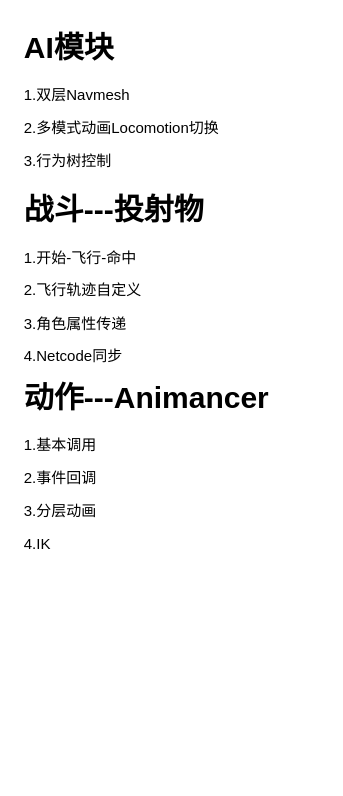
The draw.io diagram SG_ToDo.drawio in AIRYEAH/DrawIO, before the edit. Source tidied: cells renumbered, new cells numbered last; positions are measured from the earlier drawing's top-left corner, leaving out a move shared by most shapes. Both pictures are drawn from the tidied source at 125%, with x=0, y=0 at pixel (21, 21).
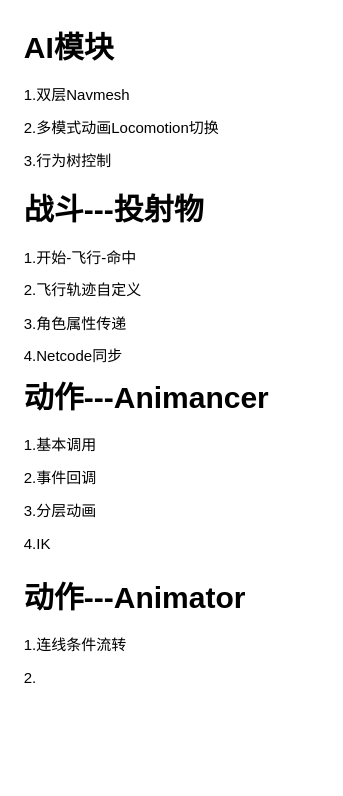
The same diagram, later.

Change to the diagram source:
```diff
@@
 <mxGraphModel>
   <root>
     <mxCell id="0" />
     <mxCell id="1" parent="0" />
     <mxCell id="2" value="&lt;h1 style=&quot;margin-top: 0px;&quot;&gt;AI模块&lt;/h1&gt;&lt;p&gt;1.双层Navmesh&lt;/p&gt;&lt;p&gt;2.多模式动画Locomotion切换&lt;/p&gt;&lt;p&gt;3.行为树控制&lt;/p&gt;" style="text;html=1;whiteSpace=wrap;overflow=hidden;rounded=0;" parent="1" vertex="1">
       <mxGeometry width="180" height="120" as="geometry" />
     </mxCell>
     <mxCell id="3" value="&lt;h1 style=&quot;margin-top: 0px;&quot;&gt;战斗---投射物&lt;/h1&gt;&lt;p&gt;1.开始-飞行-命中&lt;/p&gt;&lt;p&gt;2.飞行轨迹自定义&lt;/p&gt;&lt;p&gt;3.角色属性传递&lt;/p&gt;&lt;p&gt;4.Netcode同步&lt;/p&gt;" style="text;html=1;whiteSpace=wrap;overflow=hidden;rounded=0;" parent="1" vertex="1">
       <mxGeometry y="130" width="180" height="150" as="geometry" />
     </mxCell>
     <mxCell id="4" value="&lt;h1 style=&quot;margin-top: 0px;&quot;&gt;动作---Animancer&lt;/h1&gt;&lt;p&gt;1.基本调用&lt;/p&gt;&lt;p&gt;2.事件回调&lt;/p&gt;&lt;p&gt;3.分层动画&lt;/p&gt;&lt;p&gt;4.IK&lt;/p&gt;" style="text;html=1;whiteSpace=wrap;overflow=hidden;rounded=0;" parent="1" vertex="1">
       <mxGeometry y="280" width="240" height="160" as="geometry" />
     </mxCell>
+    <mxCell id="5" value="&lt;h1 style=&quot;margin-top: 0px;&quot;&gt;动作---Animator&lt;/h1&gt;&lt;p&gt;1.连线条件流转&lt;/p&gt;&lt;p&gt;2.&lt;/p&gt;" style="text;html=1;whiteSpace=wrap;overflow=hidden;rounded=0;" parent="1" vertex="1">
+      <mxGeometry y="440" width="240" height="160" as="geometry" />
+    </mxCell>
   </root>
 </mxGraphModel>
```
